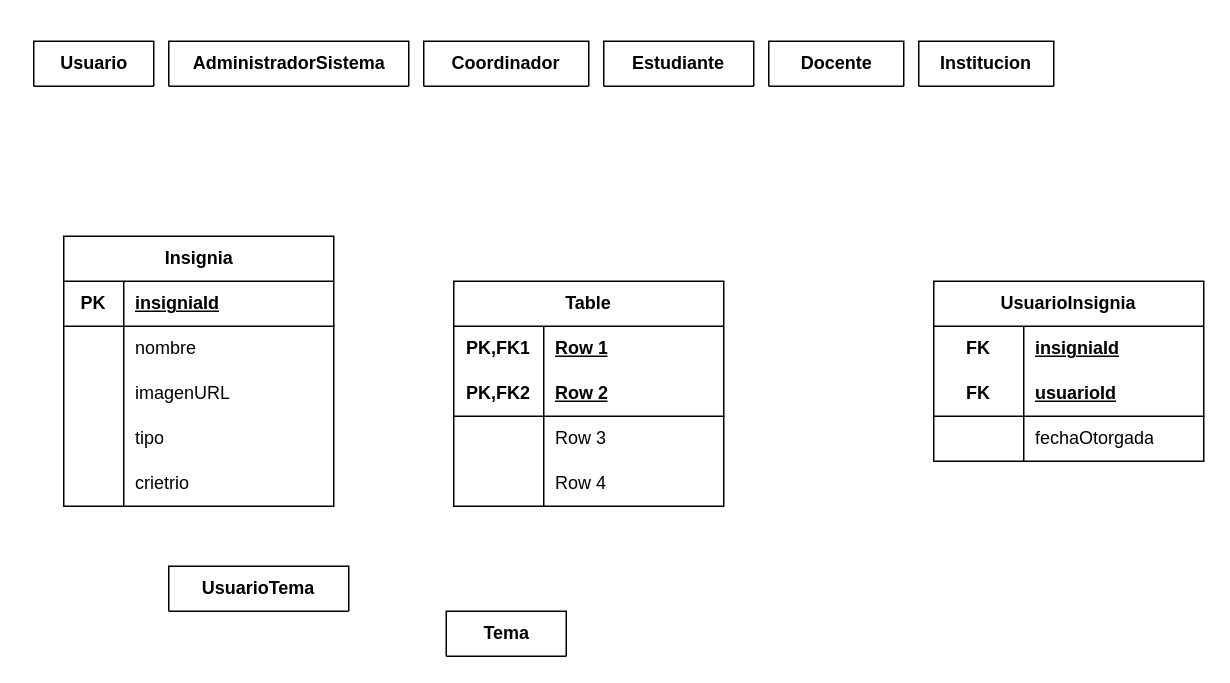
Earlier version of the draw.io diagram DiagramaRelacional.drawio (HarrisonGuerrero18/diagramas_Acadify). Source tidied: cells renumbered, new cells numbered last; positions are measured from the earlier drawing's top-left corner, leaving out a move shared by most shapes. Both pictures are drawn from the tidied source at 150%, with x=0, y=0 at pixel (33, 40).
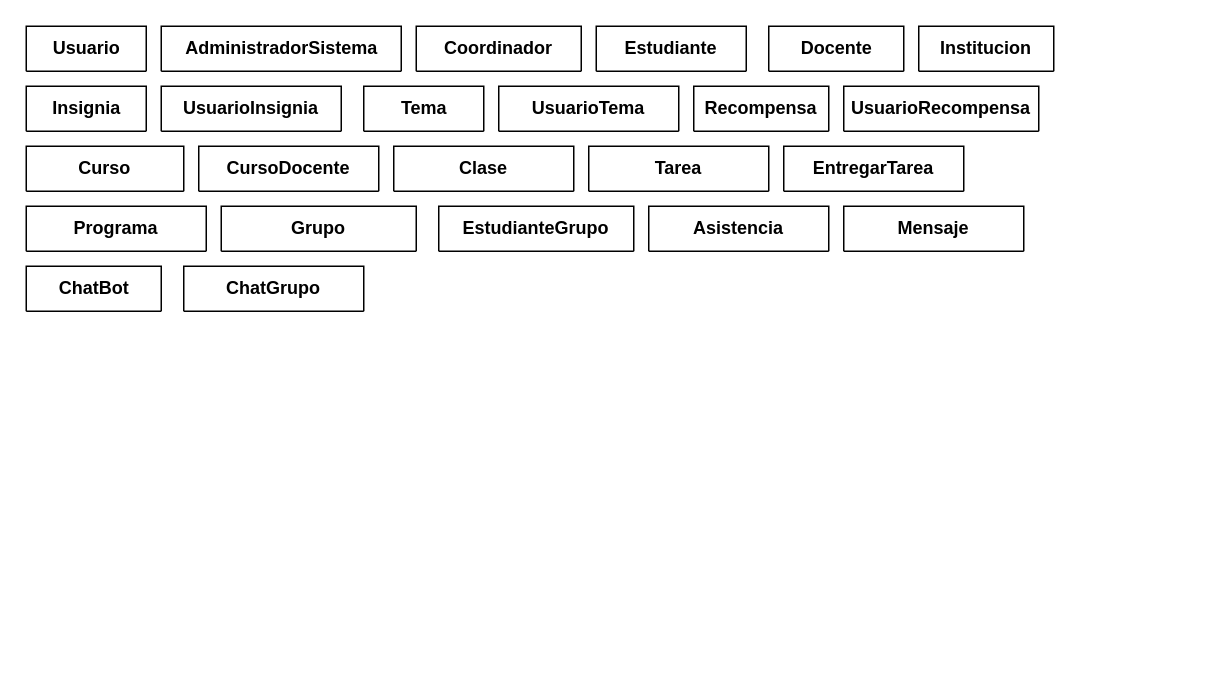
After the change.

The edit, as a diff of the source:
```diff
@@
     <mxCell id="2" value="Usuario" style="shape=table;startSize=30;childLayout=tableLayout;rowLines=0;fontStyle=1;align=center;html=1;" parent="1" vertex="1" collapsed="1">
-      <mxGeometry width="80" height="30" as="geometry" />
+      <mxGeometry x="-5" y="-10" width="80" height="30" as="geometry" />
     </mxCell>
     <mxCell id="3" value="Docente" style="shape=table;startSize=30;childLayout=tableLayout;rowLines=0;fontStyle=1;align=center;html=1;" parent="1" vertex="1" collapsed="1">
-      <mxGeometry x="490" width="90" height="30" as="geometry" />
+      <mxGeometry x="490" y="-10" width="90" height="30" as="geometry" />
     </mxCell>
     <mxCell id="4" value="AdministradorSistema" style="shape=table;startSize=30;childLayout=tableLayout;rowLines=0;fontStyle=1;align=center;html=1;" parent="1" vertex="1" collapsed="1">
-      <mxGeometry x="90" width="160" height="30" as="geometry" />
+      <mxGeometry x="85" y="-10" width="160" height="30" as="geometry" />
     </mxCell>
     <mxCell id="5" value="Coordinador" style="shape=table;startSize=30;childLayout=tableLayout;rowLines=0;fontStyle=1;align=center;html=1;whiteSpace=wrap;" parent="1" vertex="1" collapsed="1">
-      <mxGeometry x="260" width="110" height="30" as="geometry" />
+      <mxGeometry x="255" y="-10" width="110" height="30" as="geometry" />
     </mxCell>
     <mxCell id="6" value="Estudiante" style="shape=table;startSize=30;childLayout=tableLayout;rowLines=0;fontStyle=1;align=center;html=1;whiteSpace=wrap;" parent="1" vertex="1" collapsed="1">
-      <mxGeometry x="380" width="100" height="30" as="geometry" />
+      <mxGeometry x="375" y="-10" width="100" height="30" as="geometry" />
     </mxCell>
     <mxCell id="7" value="Institucion" style="shape=table;startSize=30;childLayout=tableLayout;rowLines=0;fontStyle=1;align=center;html=1;whiteSpace=wrap;" parent="1" vertex="1" collapsed="1">
-      <mxGeometry x="590" width="90" height="30" as="geometry" />
+      <mxGeometry x="590" y="-10" width="90" height="30" as="geometry" />
     </mxCell>
-    <mxCell id="8" value="UsuarioInsignia" style="shape=table;startSize=30;childLayout=tableLayout;rowLines=0;fontStyle=1;align=center;html=1;whiteSpace=wrap;" parent="1" vertex="1">
-      <mxGeometry x="600" y="160" width="180" height="120" as="geometry" />
+    <mxCell id="8" value="UsuarioInsignia" style="shape=table;startSize=30;childLayout=tableLayout;rowLines=0;fontStyle=1;align=center;html=1;whiteSpace=wrap;" parent="1" vertex="1" collapsed="1">
+      <mxGeometry x="85" y="30" width="120" height="30" as="geometry" />
     </mxCell>
-    <mxCell id="9" style="shape=tableRow;horizontal=0;startSize=0;swimlaneHead=0;swimlaneBody=0;fillColor=none;top=0;left=0;right=0;bottom=0;html=1;" parent="8" vertex="1">
-      <mxGeometry y="30" width="180" height="30" as="geometry" />
-    </mxCell>
-    <mxCell id="10" value="FK" style="shape=partialRectangle;fillColor=none;top=0;left=0;bottom=0;right=0;fontStyle=1;overflow=hidden;html=1;whiteSpace=wrap;" parent="9" vertex="1">
-      <mxGeometry width="60" height="30" as="geometry" />
-    </mxCell>
-    <mxCell id="11" value="insigniaId" style="shape=partialRectangle;fillColor=none;top=0;left=0;bottom=0;right=0;align=left;spacingLeft=6;fontStyle=5;overflow=hidden;html=1;whiteSpace=wrap;" parent="9" vertex="1">
-      <mxGeometry x="60" width="120" height="30" as="geometry" />
-    </mxCell>
-    <mxCell id="12" style="shape=tableRow;horizontal=0;startSize=0;swimlaneHead=0;swimlaneBody=0;fillColor=none;top=0;left=0;right=0;bottom=1;html=1;" parent="8" vertex="1">
-      <mxGeometry y="60" width="180" height="30" as="geometry" />
-    </mxCell>
-    <mxCell id="13" value="FK" style="shape=partialRectangle;fillColor=none;top=0;left=0;bottom=0;right=0;fontStyle=1;overflow=hidden;html=1;whiteSpace=wrap;" parent="12" vertex="1">
-      <mxGeometry width="60" height="30" as="geometry" />
-    </mxCell>
-    <mxCell id="14" value="usuarioId" style="shape=partialRectangle;fillColor=none;top=0;left=0;bottom=0;right=0;align=left;spacingLeft=6;fontStyle=5;overflow=hidden;html=1;whiteSpace=wrap;" parent="12" vertex="1">
-      <mxGeometry x="60" width="120" height="30" as="geometry" />
-    </mxCell>
-    <mxCell id="15" style="shape=tableRow;horizontal=0;startSize=0;swimlaneHead=0;swimlaneBody=0;fillColor=none;top=0;left=0;right=0;bottom=0;html=1;" parent="8" vertex="1">
-      <mxGeometry y="90" width="180" height="30" as="geometry" />
-    </mxCell>
-    <mxCell id="16" style="shape=partialRectangle;fillColor=none;top=0;left=0;bottom=0;right=0;overflow=hidden;html=1;whiteSpace=wrap;" parent="15" vertex="1">
-      <mxGeometry width="60" height="30" as="geometry" />
-    </mxCell>
-    <mxCell id="17" value="fechaOtorgada" style="shape=partialRectangle;fillColor=none;top=0;left=0;bottom=0;right=0;align=left;spacingLeft=6;overflow=hidden;html=1;whiteSpace=wrap;" parent="15" vertex="1">
-      <mxGeometry x="60" width="120" height="30" as="geometry" />
-    </mxCell>
-    <mxCell id="18" value="&lt;span style=&quot;text-wrap-mode: wrap;&quot;&gt;Insignia&lt;/span&gt;" style="shape=table;startSize=30;childLayout=tableLayout;rowLines=0;fontStyle=1;align=center;html=1;" parent="1" vertex="1">
-      <mxGeometry x="20" y="130" width="180" height="180" as="geometry" />
+    <mxCell id="18" value="&lt;span style=&quot;text-wrap-mode: wrap;&quot;&gt;Insignia&lt;/span&gt;" style="shape=table;startSize=30;childLayout=tableLayout;rowLines=0;fontStyle=1;align=center;html=1;" parent="1" vertex="1" collapsed="1">
+      <mxGeometry x="-5" y="30" width="80" height="30" as="geometry" />
     </mxCell>
-    <mxCell id="19" style="shape=tableRow;horizontal=0;startSize=0;swimlaneHead=0;swimlaneBody=0;fillColor=none;top=0;left=0;right=0;bottom=1;" parent="18" vertex="1">
-      <mxGeometry y="30" width="180" height="30" as="geometry" />
-    </mxCell>
-    <mxCell id="20" value="PK" style="shape=partialRectangle;fillColor=none;top=0;left=0;bottom=0;right=0;fontStyle=1;overflow=hidden;whiteSpace=wrap;html=1;" parent="19" vertex="1">
-      <mxGeometry width="40" height="30" as="geometry" />
-    </mxCell>
-    <mxCell id="21" value="insigniaId" style="shape=partialRectangle;fillColor=none;top=0;left=0;bottom=0;right=0;align=left;spacingLeft=6;fontStyle=5;overflow=hidden;whiteSpace=wrap;html=1;" parent="19" vertex="1">
-      <mxGeometry x="40" width="140" height="30" as="geometry" />
-    </mxCell>
-    <mxCell id="22" style="shape=tableRow;horizontal=0;startSize=0;swimlaneHead=0;swimlaneBody=0;fillColor=none;top=0;left=0;right=0;bottom=0;" parent="18" vertex="1">
-      <mxGeometry y="60" width="180" height="30" as="geometry" />
-    </mxCell>
-    <mxCell id="23" style="shape=partialRectangle;fillColor=none;top=0;left=0;bottom=0;right=0;overflow=hidden;whiteSpace=wrap;html=1;" parent="22" vertex="1">
-      <mxGeometry width="40" height="30" as="geometry" />
-    </mxCell>
-    <mxCell id="24" value="nombre" style="shape=partialRectangle;fillColor=none;top=0;left=0;bottom=0;right=0;align=left;spacingLeft=6;overflow=hidden;whiteSpace=wrap;html=1;" parent="22" vertex="1">
-      <mxGeometry x="40" width="140" height="30" as="geometry" />
-    </mxCell>
-    <mxCell id="25" style="shape=tableRow;horizontal=0;startSize=0;swimlaneHead=0;swimlaneBody=0;fillColor=none;top=0;left=0;right=0;bottom=0;" parent="18" vertex="1">
-      <mxGeometry y="90" width="180" height="30" as="geometry" />
-    </mxCell>
-    <mxCell id="26" style="shape=partialRectangle;fillColor=none;top=0;left=0;bottom=0;right=0;overflow=hidden;whiteSpace=wrap;html=1;" parent="25" vertex="1">
-      <mxGeometry width="40" height="30" as="geometry" />
-    </mxCell>
-    <mxCell id="27" value="imagenURL" style="shape=partialRectangle;fillColor=none;top=0;left=0;bottom=0;right=0;align=left;spacingLeft=6;overflow=hidden;whiteSpace=wrap;html=1;" parent="25" vertex="1">
-      <mxGeometry x="40" width="140" height="30" as="geometry" />
-    </mxCell>
-    <mxCell id="28" style="shape=tableRow;horizontal=0;startSize=0;swimlaneHead=0;swimlaneBody=0;fillColor=none;top=0;left=0;right=0;bottom=0;" parent="18" vertex="1">
-      <mxGeometry y="120" width="180" height="30" as="geometry" />
-    </mxCell>
-    <mxCell id="29" style="shape=partialRectangle;fillColor=none;top=0;left=0;bottom=0;right=0;overflow=hidden;whiteSpace=wrap;html=1;" parent="28" vertex="1">
-      <mxGeometry width="40" height="30" as="geometry" />
-    </mxCell>
-    <mxCell id="30" value="tipo" style="shape=partialRectangle;fillColor=none;top=0;left=0;bottom=0;right=0;align=left;spacingLeft=6;overflow=hidden;whiteSpace=wrap;html=1;" parent="28" vertex="1">
-      <mxGeometry x="40" width="140" height="30" as="geometry" />
-    </mxCell>
-    <mxCell id="31" style="shape=tableRow;horizontal=0;startSize=0;swimlaneHead=0;swimlaneBody=0;fillColor=none;top=0;left=0;right=0;bottom=0;" parent="18" vertex="1">
-      <mxGeometry y="150" width="180" height="30" as="geometry" />
-    </mxCell>
-    <mxCell id="32" style="shape=partialRectangle;fillColor=none;top=0;left=0;bottom=0;right=0;overflow=hidden;whiteSpace=wrap;html=1;" parent="31" vertex="1">
-      <mxGeometry width="40" height="30" as="geometry" />
-    </mxCell>
-    <mxCell id="33" value="crietrio" style="shape=partialRectangle;fillColor=none;top=0;left=0;bottom=0;right=0;align=left;spacingLeft=6;overflow=hidden;whiteSpace=wrap;html=1;" parent="31" vertex="1">
-      <mxGeometry x="40" width="140" height="30" as="geometry" />
-    </mxCell>
-    <mxCell id="34" value="Table" style="shape=table;startSize=30;childLayout=tableLayout;rowLines=0;fontStyle=1;align=center;html=1;whiteSpace=wrap;" parent="1" vertex="1">
-      <mxGeometry x="280" y="160" width="180" height="150" as="geometry" />
+    <mxCell id="34" value="Recompensa" style="shape=table;startSize=30;childLayout=tableLayout;rowLines=0;fontStyle=1;align=center;html=1;whiteSpace=wrap;" parent="1" vertex="1" collapsed="1">
+      <mxGeometry x="440" y="30" width="90" height="30" as="geometry" />
     </mxCell>
-    <mxCell id="35" style="shape=tableRow;horizontal=0;startSize=0;swimlaneHead=0;swimlaneBody=0;fillColor=none;top=0;left=0;right=0;bottom=0;html=1;" parent="34" vertex="1">
-      <mxGeometry y="30" width="180" height="30" as="geometry" />
-    </mxCell>
-    <mxCell id="36" value="PK,FK1" style="shape=partialRectangle;fillColor=none;top=0;left=0;bottom=0;right=0;fontStyle=1;overflow=hidden;html=1;whiteSpace=wrap;" parent="35" vertex="1">
-      <mxGeometry width="60" height="30" as="geometry" />
-    </mxCell>
-    <mxCell id="37" value="Row 1" style="shape=partialRectangle;fillColor=none;top=0;left=0;bottom=0;right=0;align=left;spacingLeft=6;fontStyle=5;overflow=hidden;html=1;whiteSpace=wrap;" parent="35" vertex="1">
-      <mxGeometry x="60" width="120" height="30" as="geometry" />
-    </mxCell>
-    <mxCell id="38" style="shape=tableRow;horizontal=0;startSize=0;swimlaneHead=0;swimlaneBody=0;fillColor=none;top=0;left=0;right=0;bottom=1;html=1;" parent="34" vertex="1">
-      <mxGeometry y="60" width="180" height="30" as="geometry" />
-    </mxCell>
-    <mxCell id="39" value="PK,FK2" style="shape=partialRectangle;fillColor=none;top=0;left=0;bottom=0;right=0;fontStyle=1;overflow=hidden;html=1;whiteSpace=wrap;" parent="38" vertex="1">
-      <mxGeometry width="60" height="30" as="geometry" />
-    </mxCell>
-    <mxCell id="40" value="Row 2" style="shape=partialRectangle;fillColor=none;top=0;left=0;bottom=0;right=0;align=left;spacingLeft=6;fontStyle=5;overflow=hidden;html=1;whiteSpace=wrap;" parent="38" vertex="1">
-      <mxGeometry x="60" width="120" height="30" as="geometry" />
-    </mxCell>
-    <mxCell id="41" style="shape=tableRow;horizontal=0;startSize=0;swimlaneHead=0;swimlaneBody=0;fillColor=none;top=0;left=0;right=0;bottom=0;html=1;" parent="34" vertex="1">
-      <mxGeometry y="90" width="180" height="30" as="geometry" />
-    </mxCell>
-    <mxCell id="42" style="shape=partialRectangle;fillColor=none;top=0;left=0;bottom=0;right=0;overflow=hidden;html=1;whiteSpace=wrap;" parent="41" vertex="1">
-      <mxGeometry width="60" height="30" as="geometry" />
-    </mxCell>
-    <mxCell id="43" value="Row 3" style="shape=partialRectangle;fillColor=none;top=0;left=0;bottom=0;right=0;align=left;spacingLeft=6;overflow=hidden;html=1;whiteSpace=wrap;" parent="41" vertex="1">
-      <mxGeometry x="60" width="120" height="30" as="geometry" />
-    </mxCell>
-    <mxCell id="44" style="shape=tableRow;horizontal=0;startSize=0;swimlaneHead=0;swimlaneBody=0;fillColor=none;top=0;left=0;right=0;bottom=0;html=1;" parent="34" vertex="1">
-      <mxGeometry y="120" width="180" height="30" as="geometry" />
-    </mxCell>
-    <mxCell id="45" style="shape=partialRectangle;fillColor=none;top=0;left=0;bottom=0;right=0;overflow=hidden;html=1;whiteSpace=wrap;" parent="44" vertex="1">
-      <mxGeometry width="60" height="30" as="geometry" />
-    </mxCell>
-    <mxCell id="46" value="Row 4" style="shape=partialRectangle;fillColor=none;top=0;left=0;bottom=0;right=0;align=left;spacingLeft=6;overflow=hidden;html=1;whiteSpace=wrap;" parent="44" vertex="1">
-      <mxGeometry x="60" width="120" height="30" as="geometry" />
-    </mxCell>
     <mxCell id="47" value="UsuarioTema" style="shape=table;startSize=30;childLayout=tableLayout;rowLines=0;fontStyle=1;align=center;html=1;whiteSpace=wrap;" parent="1" vertex="1" collapsed="1">
-      <mxGeometry x="90" y="350" width="120" height="30" as="geometry" />
+      <mxGeometry x="310" y="30" width="120" height="30" as="geometry" />
     </mxCell>
     <mxCell id="48" value="&lt;span style=&quot;text-wrap-mode: wrap;&quot;&gt;Tema&lt;/span&gt;" style="shape=table;startSize=30;childLayout=tableLayout;rowLines=0;fontStyle=1;align=center;html=1;" parent="1" vertex="1" collapsed="1">
-      <mxGeometry x="275" y="380" width="80" height="30" as="geometry" />
+      <mxGeometry x="220" y="30" width="80" height="30" as="geometry" />
     </mxCell>
+    <mxCell id="49" value="UsuarioRecompensa" style="shape=table;startSize=30;childLayout=tableLayout;rowLines=0;fontStyle=1;align=center;html=1;whiteSpace=wrap;" parent="1" vertex="1" collapsed="1">
+      <mxGeometry x="540" y="30" width="130" height="30" as="geometry" />
+    </mxCell>
+    <mxCell id="50" value="Curso" style="shape=table;startSize=30;childLayout=tableLayout;rowLines=0;fontStyle=1;align=center;html=1;whiteSpace=wrap;" parent="1" vertex="1" collapsed="1">
+      <mxGeometry x="-5" y="70" width="105" height="30" as="geometry" />
+    </mxCell>
+    <mxCell id="51" value="CursoDocente" style="shape=table;startSize=30;childLayout=tableLayout;rowLines=0;fontStyle=1;align=center;html=1;whiteSpace=wrap;" parent="1" vertex="1" collapsed="1">
+      <mxGeometry x="110" y="70" width="120" height="30" as="geometry" />
+    </mxCell>
+    <mxCell id="52" value="Clase" style="shape=table;startSize=30;childLayout=tableLayout;rowLines=0;fontStyle=1;align=center;html=1;whiteSpace=wrap;" parent="1" vertex="1" collapsed="1">
+      <mxGeometry x="240" y="70" width="120" height="30" as="geometry" />
+    </mxCell>
+    <mxCell id="53" value="Tarea" style="shape=table;startSize=30;childLayout=tableLayout;rowLines=0;fontStyle=1;align=center;html=1;whiteSpace=wrap;" parent="1" vertex="1" collapsed="1">
+      <mxGeometry x="370" y="70" width="120" height="30" as="geometry" />
+    </mxCell>
+    <mxCell id="54" value="EntregarTarea" style="shape=table;startSize=30;childLayout=tableLayout;rowLines=0;fontStyle=1;align=center;html=1;whiteSpace=wrap;" parent="1" vertex="1" collapsed="1">
+      <mxGeometry x="500" y="70" width="120" height="30" as="geometry" />
+    </mxCell>
+    <mxCell id="55" value="Programa" style="shape=table;startSize=30;childLayout=tableLayout;rowLines=0;fontStyle=1;align=center;html=1;whiteSpace=wrap;" parent="1" vertex="1" collapsed="1">
+      <mxGeometry x="-5" y="110" width="120" height="30" as="geometry" />
+    </mxCell>
+    <mxCell id="56" value="Grupo" style="shape=table;startSize=30;childLayout=tableLayout;rowLines=0;fontStyle=1;align=center;html=1;whiteSpace=wrap;" parent="1" vertex="1" collapsed="1">
+      <mxGeometry x="125" y="110" width="130" height="30" as="geometry" />
+    </mxCell>
+    <mxCell id="57" value="EstudianteGrupo" style="shape=table;startSize=30;childLayout=tableLayout;rowLines=0;fontStyle=1;align=center;html=1;whiteSpace=wrap;" parent="1" vertex="1" collapsed="1">
+      <mxGeometry x="270" y="110" width="130" height="30" as="geometry" />
+    </mxCell>
+    <mxCell id="58" value="Asistencia" style="shape=table;startSize=30;childLayout=tableLayout;rowLines=0;fontStyle=1;align=center;html=1;whiteSpace=wrap;" parent="1" vertex="1" collapsed="1">
+      <mxGeometry x="410" y="110" width="120" height="30" as="geometry" />
+    </mxCell>
+    <mxCell id="59" value="Mensaje" style="shape=table;startSize=30;childLayout=tableLayout;rowLines=0;fontStyle=1;align=center;html=1;whiteSpace=wrap;" parent="1" vertex="1" collapsed="1">
+      <mxGeometry x="540" y="110" width="120" height="30" as="geometry" />
+    </mxCell>
+    <mxCell id="60" value="ChatGrupo" style="shape=table;startSize=30;childLayout=tableLayout;rowLines=0;fontStyle=1;align=center;html=1;whiteSpace=wrap;" parent="1" vertex="1" collapsed="1">
+      <mxGeometry x="100" y="150" width="120" height="30" as="geometry" />
+    </mxCell>
+    <mxCell id="61" value="ChatBot" style="shape=table;startSize=30;childLayout=tableLayout;rowLines=0;fontStyle=1;align=center;html=1;" parent="1" vertex="1" collapsed="1">
+      <mxGeometry x="-5" y="150" width="90" height="30" as="geometry" />
+    </mxCell>
```
